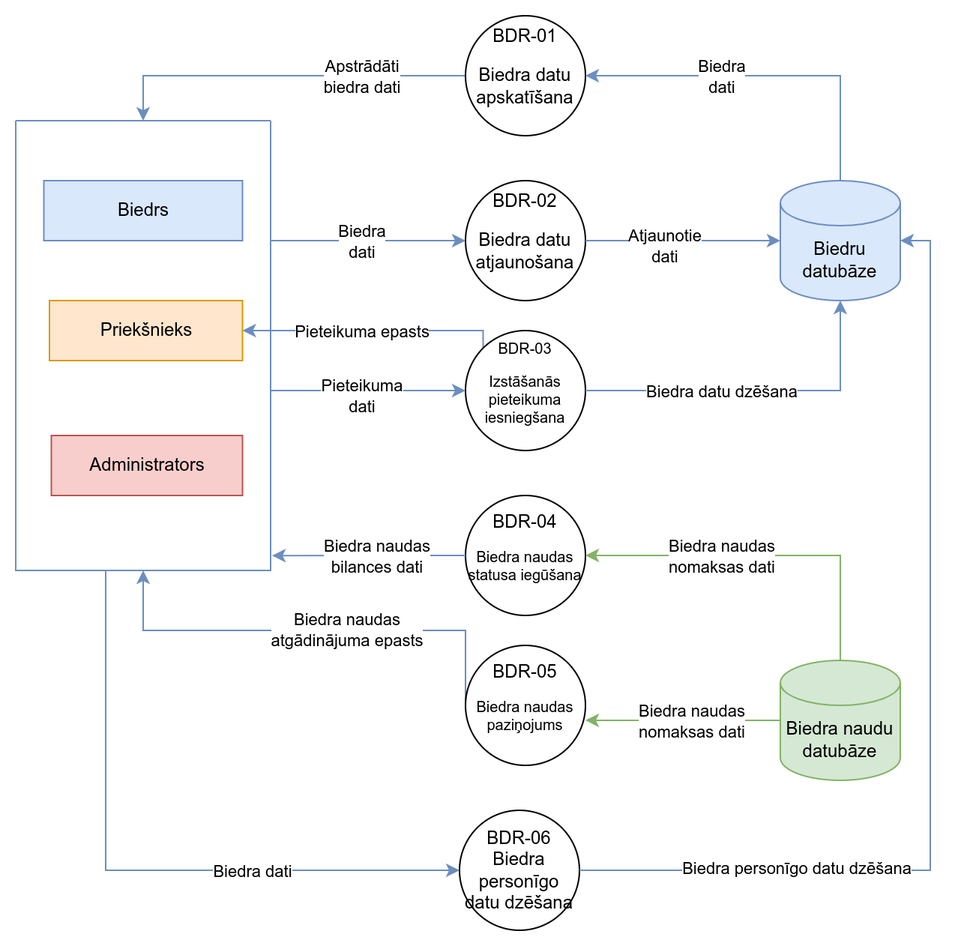
Before: Documentation/2_limena_BDR_DPD.png, a diagram exported from draw.io (JekabsVanags/LSGCO_IS). Source tidied: cells renumbered, new cells last; positions are measured from the earlier drawing's top-left corner, leaving out a move shared by most shapes.
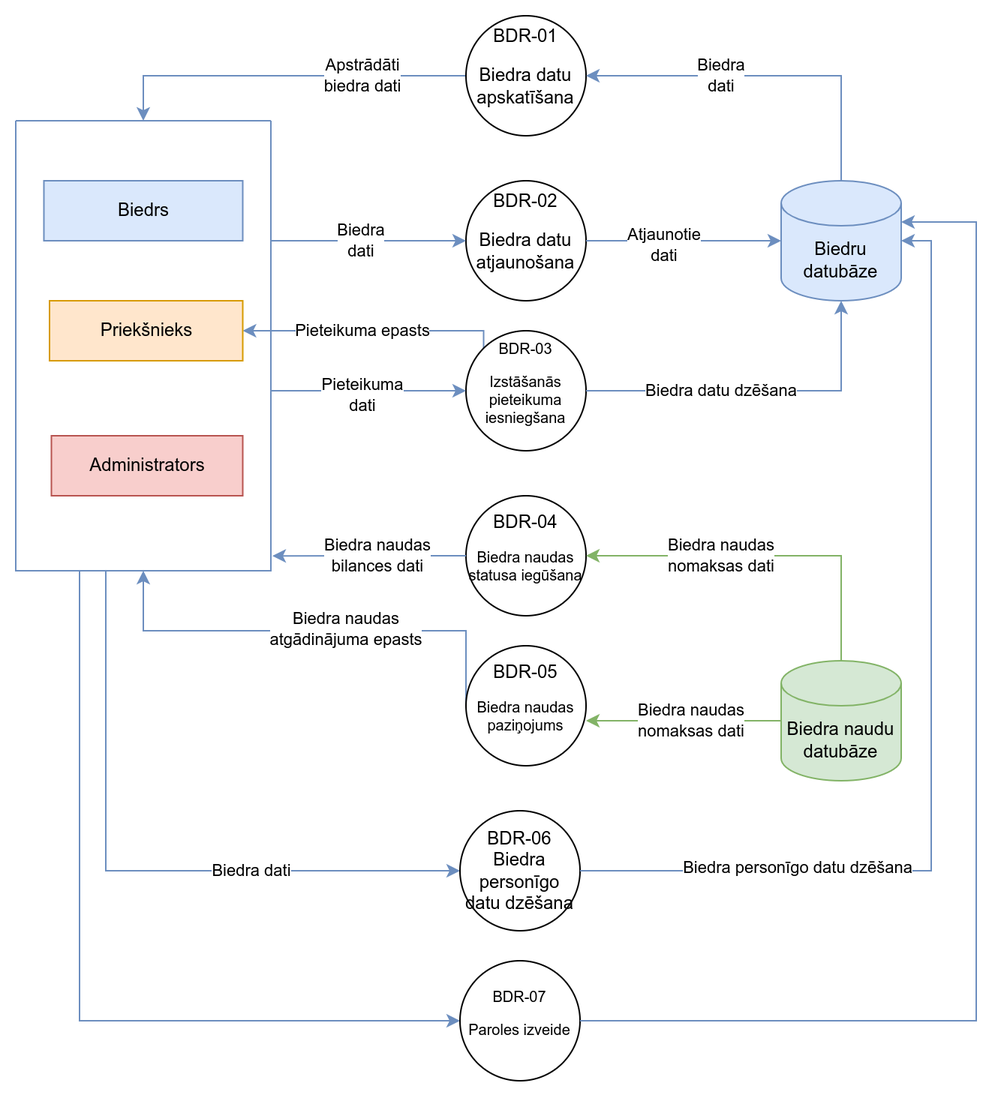
Above is the later version.

What changed in the source:
```diff
@@ -74,6 +74,9 @@
         <mxPoint x="6" as="offset" />
       </mxGeometry>
     </mxCell>
+    <mxCell id="40" style="edgeStyle=orthogonalEdgeStyle;rounded=0;jettySize=auto;html=1;exitX=0.25;exitY=1;exitDx=0;exitDy=0;entryX=0;entryY=0.5;entryDx=0;entryDy=0;fillColor=#dae8fc;strokeColor=#6c8ebf;" parent="1" edge="1" source="17" target="41">
+      <mxGeometry relative="1" as="geometry" />
+    </mxCell>
     <mxCell id="17" style="swimlane;startSize=0;fillColor=#dae8fc;strokeColor=#6c8ebf;" parent="1" vertex="1">
       <mxGeometry y="70" width="170" height="300" as="geometry" />
     </mxCell>
@@ -160,5 +163,16 @@
         <mxPoint x="-37" as="offset" />
       </mxGeometry>
     </mxCell>
+    <mxCell id="41" value="BDR-07&lt;br style=&quot;font-size: 10px;&quot;&gt;&lt;p style=&quot;font-size: 10px;&quot;&gt;Paroles izveide&lt;/p&gt;" style="ellipse;whiteSpace=wrap;html=1;fontSize=10;" parent="1" vertex="1">
+      <mxGeometry x="296" y="630" width="80" height="80" as="geometry" />
+    </mxCell>
+    <mxCell id="42" style="edgeStyle=orthogonalEdgeStyle;rounded=0;jettySize=auto;html=1;exitX=1;exitY=0.5;exitDx=0;exitDy=0;entryX=1;entryY=0;entryDx=0;entryDy=27.5;entryPerimeter=0;fillColor=#dae8fc;strokeColor=#6c8ebf;" parent="1" edge="1" source="41" target="23">
+      <mxGeometry relative="1" as="geometry">
+        <Array as="points">
+          <mxPoint x="640" y="670" />
+          <mxPoint x="640" y="138" />
+        </Array>
+      </mxGeometry>
+    </mxCell>
   </root>
 </mxGraphModel>
```
